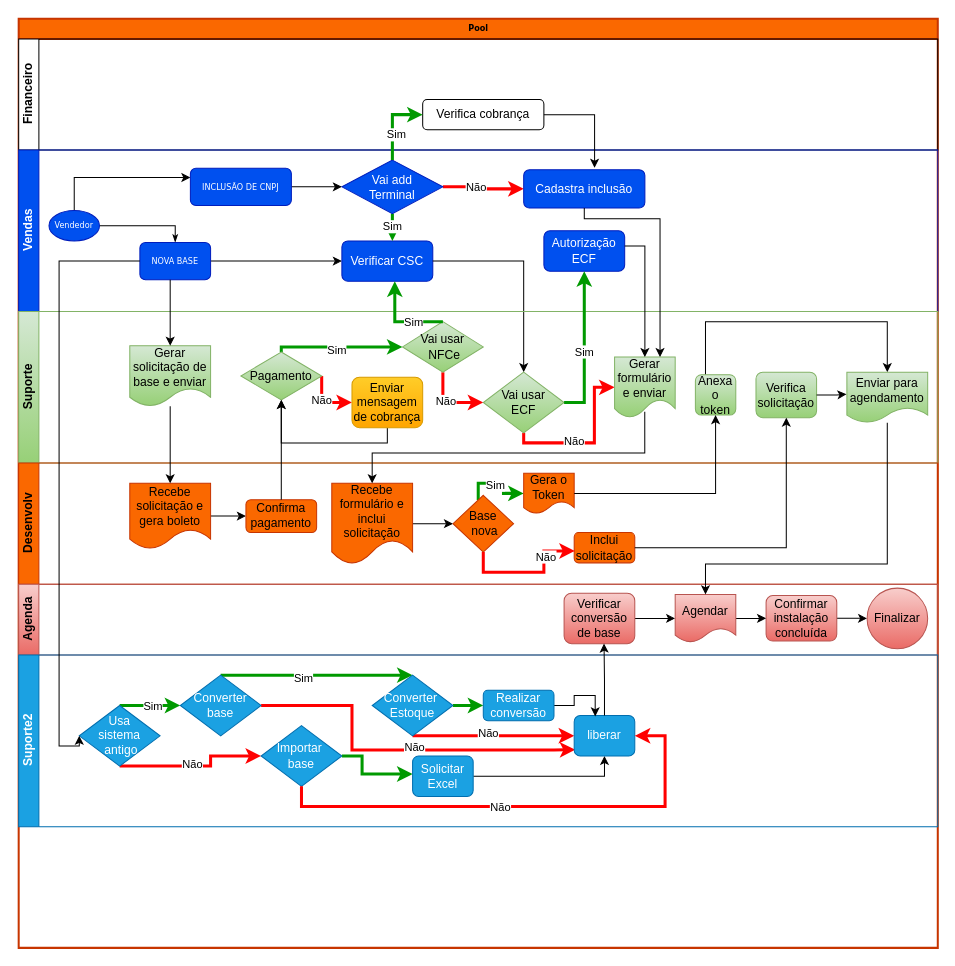
Bortolucio/DESCOMPLICA keeps this draw.io diagram as Diagrama sem nome.drawio. Above is the earlier version. Source tidied: cells renumbered, new cells numbered last; positions are measured from the earlier drawing's top-left corner, leaving out a move shared by most shapes. Both pictures are drawn from the tidied source at 101%, with x=0, y=0 at pixel (18, 18).
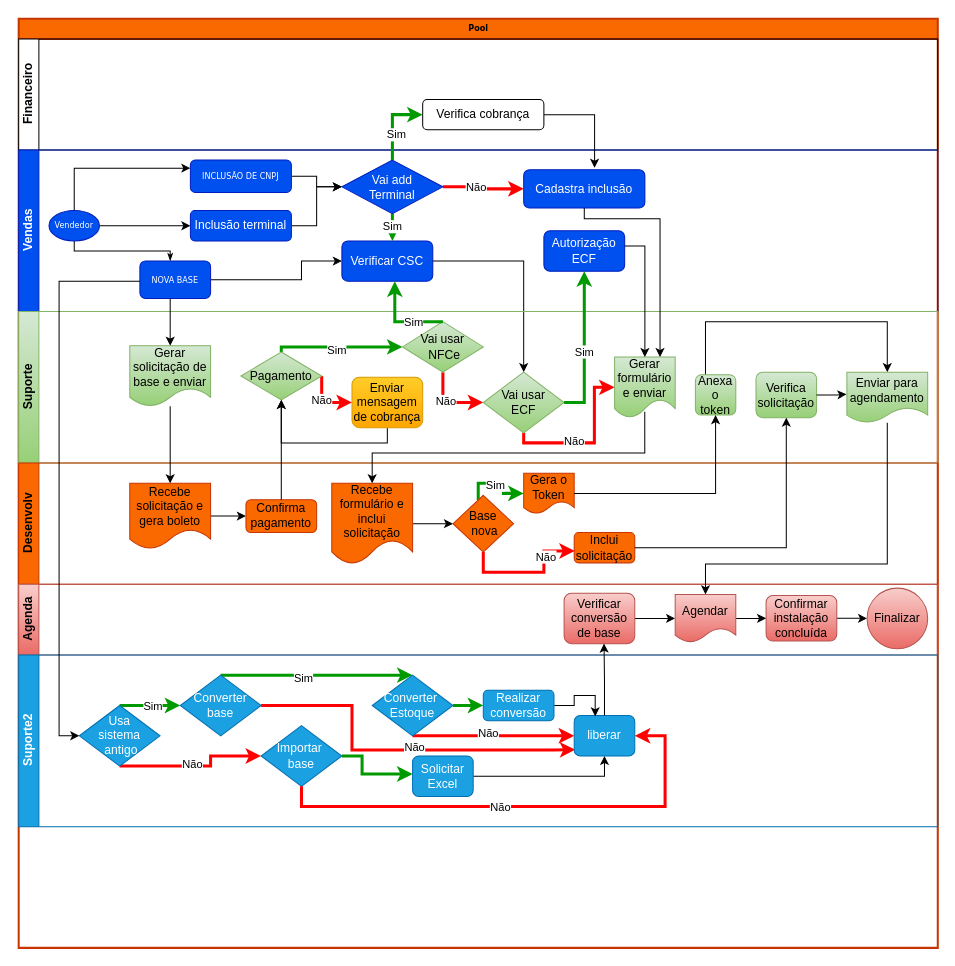
The same diagram, later.

The change refers to these unchanged cells:
```xml
<mxCell id="2" value="Pool" style="swimlane;html=1;horizontal=1;startSize=20;rounded=0;shadow=0;labelBackgroundColor=none;strokeWidth=2;fontFamily=Verdana;fontSize=8;align=center;fillColor=#FA6800;fontColor=#000000;strokeColor=#C73500;" parent="1" vertex="1">
  <mxGeometry width="910" height="920" as="geometry" />
</mxCell>
<mxCell id="5" value="Vendas" style="swimlane;html=1;startSize=20;horizontal=0;fillColor=#0050ef;strokeColor=#001DBC;fontColor=#ffffff;" parent="2" vertex="1">
  <mxGeometry y="130" width="910" height="160" as="geometry" />
</mxCell>
<mxCell id="8" value="Vendedor" style="ellipse;whiteSpace=wrap;html=1;rounded=0;shadow=0;labelBackgroundColor=none;strokeWidth=1;fontFamily=Verdana;fontSize=8;align=center;fillColor=#0050ef;strokeColor=#001DBC;fontColor=#ffffff;" parent="5" vertex="1">
  <mxGeometry x="30" y="60" width="50" height="30" as="geometry" />
</mxCell>
<mxCell id="13" value="Verificar CSC" style="rounded=1;whiteSpace=wrap;html=1;fillColor=#0050ef;strokeColor=#001DBC;fontColor=#ffffff;" parent="5" vertex="1">
  <mxGeometry x="320" y="90" width="90" height="40" as="geometry" />
</mxCell>
<mxCell id="19" value="Vai add&lt;br&gt;Terminal" style="rhombus;whiteSpace=wrap;html=1;fillColor=#0050ef;fontColor=#ffffff;strokeColor=#001DBC;" parent="5" vertex="1">
  <mxGeometry x="320" y="10" width="100" height="53" as="geometry" />
</mxCell>
<mxCell id="78" value="Usa &lt;br&gt;sistema&lt;br&gt;&amp;nbsp;antigo" style="rhombus;whiteSpace=wrap;html=1;fillColor=#1ba1e2;fontColor=#ffffff;strokeColor=#006EAF;" parent="73" vertex="1">
  <mxGeometry x="60" y="50" width="80" height="60" as="geometry" />
</mxCell>
```

What changed in the source:
```diff
@@
     <mxCell id="6" style="edgeStyle=orthogonalEdgeStyle;rounded=0;html=1;labelBackgroundColor=none;startArrow=none;startFill=0;startSize=5;endArrow=classicThin;endFill=1;endSize=5;jettySize=auto;strokeWidth=1;fontFamily=Verdana;fontSize=8;" parent="5" edge="1" source="8" target="10">
       <mxGeometry relative="1" as="geometry">
         <Array as="points">
-          <mxPoint x="155" y="75" />
+          <mxPoint x="55" y="100" />
+          <mxPoint x="150" y="100" />
         </Array>
       </mxGeometry>
     </mxCell>
@@
+    <mxCell id="106" style="edgeStyle=orthogonalEdgeStyle;rounded=0;jettySize=auto;html=1;" parent="5" edge="1" source="8" target="108">
+      <mxGeometry relative="1" as="geometry" />
+    </mxCell>
@@
     <mxCell id="9" style="edgeStyle=orthogonalEdgeStyle;rounded=0;jettySize=auto;html=1;entryX=0;entryY=0.5;entryDx=0;entryDy=0;" parent="5" edge="1" source="10" target="13">
-      <mxGeometry relative="1" as="geometry" />
+      <mxGeometry relative="1" as="geometry">
+        <Array as="points">
+          <mxPoint x="280" y="129" />
+          <mxPoint x="280" y="110" />
+        </Array>
+      </mxGeometry>
     </mxCell>
     <mxCell id="10" value="NOVA BASE" style="rounded=1;whiteSpace=wrap;html=1;shadow=0;labelBackgroundColor=none;strokeWidth=1;fontFamily=Verdana;fontSize=8;align=center;fillColor=#0050ef;strokeColor=#001DBC;fontColor=#ffffff;" parent="5" vertex="1">
-      <mxGeometry x="120" y="91.5" width="70" height="37" as="geometry" />
+      <mxGeometry x="120" y="110" width="70" height="37" as="geometry" />
     </mxCell>
     <mxCell id="11" style="edgeStyle=orthogonalEdgeStyle;rounded=0;jettySize=auto;html=1;entryX=0;entryY=0.5;entryDx=0;entryDy=0;" parent="5" edge="1" source="12" target="19">
-      <mxGeometry relative="1" as="geometry" />
+      <mxGeometry relative="1" as="geometry">
+        <Array as="points">
+          <mxPoint x="295" y="26" />
+          <mxPoint x="295" y="37" />
+        </Array>
+      </mxGeometry>
     </mxCell>
-    <mxCell id="12" value="INCLUSÃO DE CNPJ" style="rounded=1;whiteSpace=wrap;html=1;shadow=0;labelBackgroundColor=none;strokeWidth=1;fontFamily=Verdana;fontSize=8;align=center;fillColor=#0050ef;strokeColor=#001DBC;fontColor=#ffffff;" parent="5" vertex="1">
-      <mxGeometry x="170" y="18" width="100" height="37" as="geometry" />
+    <mxCell id="12" value="&lt;font style=&quot;font-size: 8px;&quot;&gt;INCLUSÃO DE CNPJ&lt;/font&gt;" style="rounded=1;whiteSpace=wrap;html=1;shadow=0;labelBackgroundColor=none;strokeWidth=1;fontFamily=Verdana;fontSize=8;align=center;fillColor=#0050ef;strokeColor=#001DBC;fontColor=#ffffff;" parent="5" vertex="1">
+      <mxGeometry x="170" y="10" width="100" height="32" as="geometry" />
     </mxCell>
@@
+    <mxCell id="107" style="edgeStyle=orthogonalEdgeStyle;rounded=0;jettySize=auto;html=1;" parent="5" edge="1" source="108" target="19">
+      <mxGeometry relative="1" as="geometry" />
+    </mxCell>
+    <mxCell id="108" value="&lt;font style=&quot;font-size: 12px;&quot;&gt;Inclusão terminal&lt;/font&gt;" style="rounded=1;whiteSpace=wrap;html=1;fillColor=#0050ef;fontColor=#ffffff;strokeColor=#001DBC;" parent="5" vertex="1">
+      <mxGeometry x="170" y="60" width="100" height="30" as="geometry" />
+    </mxCell>
@@
     <mxCell id="97" style="edgeStyle=orthogonalEdgeStyle;rounded=0;jettySize=auto;html=1;entryX=0;entryY=0.5;entryDx=0;entryDy=0;" parent="2" edge="1" source="10" target="78">
       <mxGeometry relative="1" as="geometry">
         <Array as="points">
-          <mxPoint x="40" y="240" />
-          <mxPoint x="40" y="720" />
+          <mxPoint x="40" y="260" />
+          <mxPoint x="40" y="710" />
         </Array>
       </mxGeometry>
     </mxCell>
```
